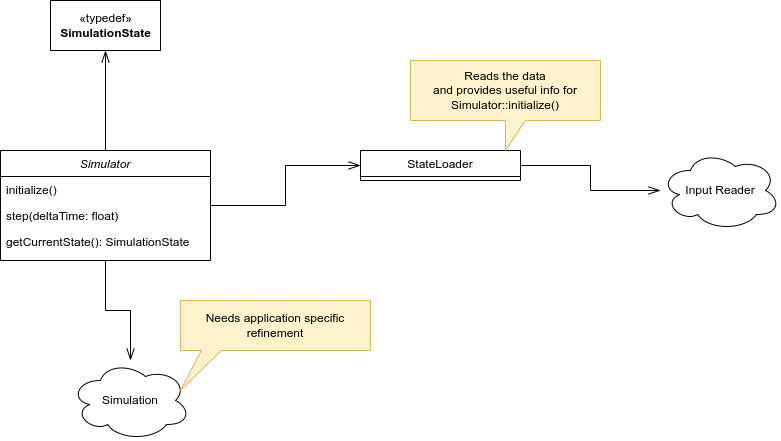
The draw.io diagram design/diagrams/class/simulator class diagram.png in EmmanuelMess/ConstraintBasedSimulator, before a commit. Source tidied: cells renumbered, new cells last; positions are measured from the earlier drawing's top-left corner, leaving out a move shared by most shapes. Source of this version:
```xml
<mxGraphModel>
  <root>
    <mxCell id="0" />
    <mxCell id="1" parent="0" />
    <mxCell id="2" style="edgeStyle=orthogonalEdgeStyle;rounded=0;jettySize=auto;html=1;endArrow=openThin;endFill=0;endSize=10;" parent="1" edge="1" source="5" target="9">
      <mxGeometry relative="1" as="geometry" />
    </mxCell>
    <mxCell id="3" style="edgeStyle=orthogonalEdgeStyle;rounded=0;jettySize=auto;html=1;endArrow=openThin;endFill=0;endSize=10;" parent="1" edge="1" source="5" target="11">
      <mxGeometry relative="1" as="geometry" />
    </mxCell>
    <mxCell id="4" style="edgeStyle=orthogonalEdgeStyle;rounded=0;jettySize=auto;html=1;endArrow=openThin;endFill=0;endSize=10;" parent="1" edge="1" source="5" target="14">
      <mxGeometry relative="1" as="geometry" />
    </mxCell>
    <mxCell id="5" value="Simulator" style="swimlane;fontStyle=2;align=center;verticalAlign=top;horizontal=1;startSize=26;rounded=0;shadow=0;strokeWidth=1;" parent="1" vertex="1">
      <mxGeometry y="150" width="210" height="110" as="geometry" />
    </mxCell>
    <mxCell id="6" value="initialize()" style="text;align=left;verticalAlign=top;spacingLeft=4;spacingRight=4;overflow=hidden;" parent="5" vertex="1">
      <mxGeometry y="26" width="210" height="26" as="geometry" />
    </mxCell>
    <mxCell id="7" value="step(deltaTime: float)" style="text;align=left;verticalAlign=top;spacingLeft=4;spacingRight=4;overflow=hidden;rounded=0;shadow=0;html=0;" parent="5" vertex="1">
      <mxGeometry y="52" width="210" height="26" as="geometry" />
    </mxCell>
    <mxCell id="8" value="getCurrentState(): SimulationState" style="text;align=left;verticalAlign=top;spacingLeft=4;spacingRight=4;overflow=hidden;rounded=0;shadow=0;html=0;" parent="5" vertex="1">
      <mxGeometry y="78" width="210" height="26" as="geometry" />
    </mxCell>
    <mxCell id="9" value="«typedef»&lt;br&gt;&lt;b&gt;SimulationState&lt;/b&gt;" style="html=1;" parent="1" vertex="1">
      <mxGeometry x="50" width="110" height="50" as="geometry" />
    </mxCell>
    <mxCell id="10" style="edgeStyle=orthogonalEdgeStyle;rounded=0;jettySize=auto;html=1;endArrow=openThin;endFill=0;endSize=10;" parent="1" edge="1" source="11" target="12">
      <mxGeometry relative="1" as="geometry" />
    </mxCell>
    <mxCell id="11" value="StateLoader" style="swimlane;fontStyle=0;align=center;verticalAlign=top;horizontal=1;startSize=26;rounded=0;shadow=0;strokeWidth=1;" parent="1" vertex="1">
      <mxGeometry x="360" y="150" width="160" height="30" as="geometry" />
    </mxCell>
    <mxCell id="12" value="Input Reader" style="ellipse;shape=cloud;whiteSpace=wrap;html=1;" parent="1" vertex="1">
      <mxGeometry x="660" y="150" width="120" height="80" as="geometry" />
    </mxCell>
    <mxCell id="13" value="Reads the data&lt;br&gt;and provides useful info for Simulator::initialize()" style="shape=callout;whiteSpace=wrap;html=1;perimeter=calloutPerimeter;fillColor=#fff2cc;strokeColor=#d6b656;" parent="1" vertex="1">
      <mxGeometry x="410" y="60" width="190" height="90" as="geometry" />
    </mxCell>
    <mxCell id="14" value="Simulation" style="ellipse;shape=cloud;whiteSpace=wrap;html=1;" parent="1" vertex="1">
      <mxGeometry x="70" y="360" width="120" height="80" as="geometry" />
    </mxCell>
    <mxCell id="15" value="Needs application specific refinement" style="shape=callout;whiteSpace=wrap;html=1;perimeter=calloutPerimeter;fillColor=#fff2cc;strokeColor=#d6b656;size=40;position=0.11;position2=0;" parent="1" vertex="1">
      <mxGeometry x="180" y="300" width="190" height="90" as="geometry" />
    </mxCell>
  </root>
</mxGraphModel>
```
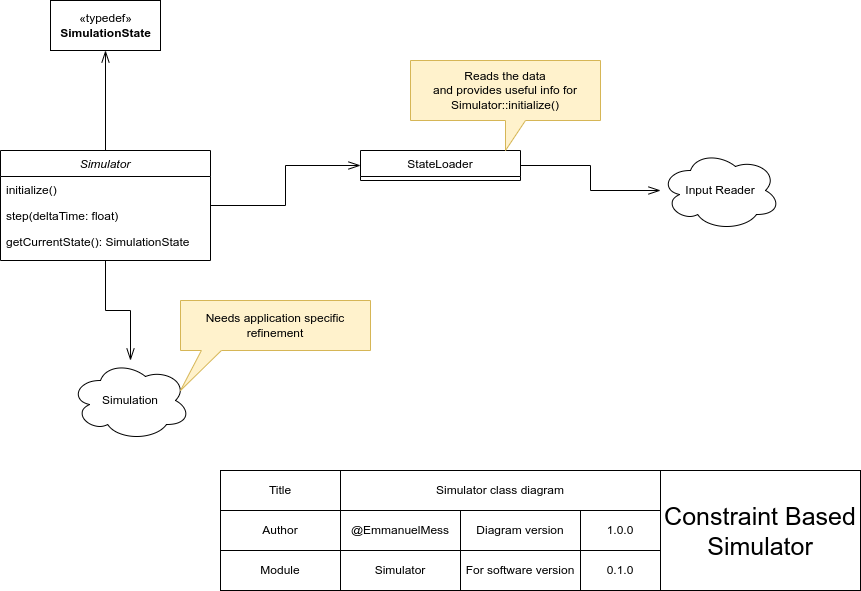
After the change.

What changed in the source:
```diff
@@ -44,5 +44,38 @@
     <mxCell id="15" value="Needs application specific refinement" style="shape=callout;whiteSpace=wrap;html=1;perimeter=calloutPerimeter;fillColor=#fff2cc;strokeColor=#d6b656;size=40;position=0.11;position2=0;" parent="1" vertex="1">
       <mxGeometry x="180" y="300" width="190" height="90" as="geometry" />
     </mxCell>
+    <mxCell id="16" value="Title" style="rounded=0;whiteSpace=wrap;html=1;" parent="1" vertex="1">
+      <mxGeometry x="220" y="470" width="120" height="40" as="geometry" />
+    </mxCell>
+    <mxCell id="17" value="Simulator class diagram" style="rounded=0;whiteSpace=wrap;html=1;" parent="1" vertex="1">
+      <mxGeometry x="340" y="470" width="320" height="40" as="geometry" />
+    </mxCell>
+    <mxCell id="18" value="Module" style="rounded=0;whiteSpace=wrap;html=1;" parent="1" vertex="1">
+      <mxGeometry x="220" y="550" width="120" height="40" as="geometry" />
+    </mxCell>
+    <mxCell id="19" value="Author" style="rounded=0;whiteSpace=wrap;html=1;" parent="1" vertex="1">
+      <mxGeometry x="220" y="510" width="120" height="40" as="geometry" />
+    </mxCell>
+    <mxCell id="20" value="@EmmanuelMess" style="rounded=0;whiteSpace=wrap;html=1;" parent="1" vertex="1">
+      <mxGeometry x="340" y="510" width="120" height="40" as="geometry" />
+    </mxCell>
+    <mxCell id="21" value="Simulator" style="rounded=0;whiteSpace=wrap;html=1;" parent="1" vertex="1">
+      <mxGeometry x="340" y="550" width="120" height="40" as="geometry" />
+    </mxCell>
+    <mxCell id="22" value="Diagram version" style="rounded=0;whiteSpace=wrap;html=1;" parent="1" vertex="1">
+      <mxGeometry x="460" y="510" width="120" height="40" as="geometry" />
+    </mxCell>
+    <mxCell id="23" value="&lt;font style=&quot;font-size: 25px;&quot;&gt;Constraint Based Simulator&lt;/font&gt;" style="rounded=0;whiteSpace=wrap;html=1;" parent="1" vertex="1">
+      <mxGeometry x="660" y="470" width="200" height="120" as="geometry" />
+    </mxCell>
+    <mxCell id="24" value="1.0.0" style="rounded=0;whiteSpace=wrap;html=1;" parent="1" vertex="1">
+      <mxGeometry x="580" y="510" width="80" height="40" as="geometry" />
+    </mxCell>
+    <mxCell id="25" value="For software version" style="rounded=0;whiteSpace=wrap;html=1;" parent="1" vertex="1">
+      <mxGeometry x="460" y="550" width="120" height="40" as="geometry" />
+    </mxCell>
+    <mxCell id="26" value="0.1.0" style="rounded=0;whiteSpace=wrap;html=1;" parent="1" vertex="1">
+      <mxGeometry x="580" y="550" width="80" height="40" as="geometry" />
+    </mxCell>
   </root>
 </mxGraphModel>
```
